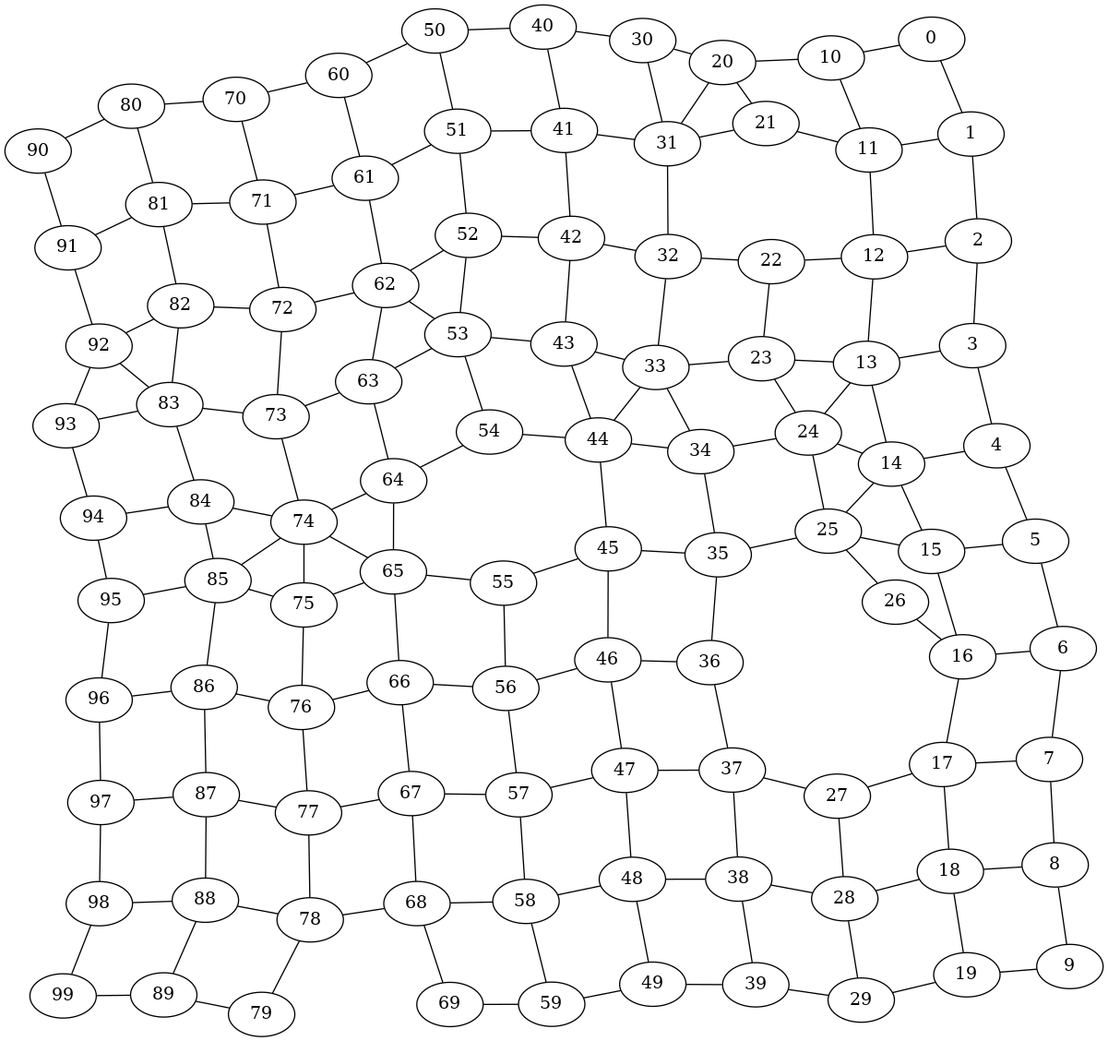
The Graphviz diagram fig/graph.png in lorenzorizzi17/urban_network, before a commit. Its source is kept beside it as fig/graph.dot.
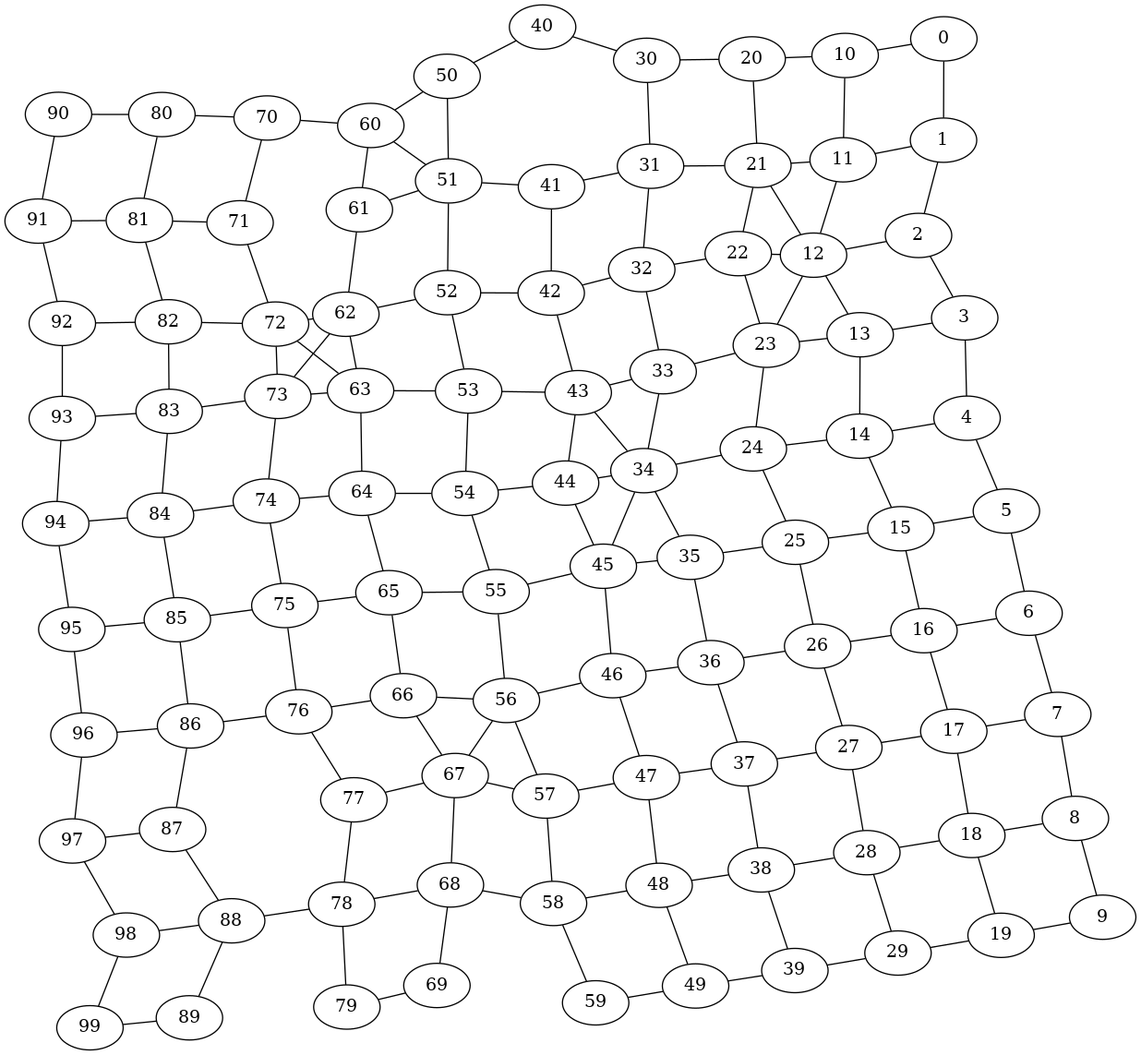
The same file after the commit.

Diff of the diagram source:
```diff
@@ -140,6 +140,7 @@
 20--21 ;
 20--30 ;
 21--31 ;
+21--22 ;
 22--32 ;
 22--23 ;
 23--33 ;
@@ -148,6 +149,8 @@
 24--25 ;
 25--35 ;
 25--26 ;
+26--36 ;
+26--27 ;
 27--37 ;
 27--28 ;
 28--38 ;
@@ -172,7 +175,6 @@
 38--48 ;
 38--39 ;
 39--49 ;
-40--41 ;
 40--50 ;
 41--51 ;
 41--42 ;
@@ -200,6 +202,7 @@
 53--63 ;
 53--54 ;
 54--64 ;
+54--55 ;
 55--65 ;
 55--56 ;
 56--66 ;
@@ -208,10 +211,8 @@
 57--58 ;
 58--68 ;
 58--59 ;
-59--69 ;
 60--61 ;
 60--70 ;
-61--71 ;
 61--62 ;
 62--72 ;
 62--63 ;
@@ -227,6 +228,7 @@
 67--68 ;
 68--78 ;
 68--69 ;
+69--79 ;
 70--71 ;
 70--80 ;
 71--81 ;
@@ -241,11 +243,9 @@
 75--76 ;
 76--86 ;
 76--77 ;
-77--87 ;
 77--78 ;
 78--88 ;
 78--79 ;
-79--89 ;
 80--81 ;
 80--90 ;
 81--91 ;
@@ -274,12 +274,12 @@
 96--97 ;
 97--98 ;
 98--99 ;
-44--33 ;
-74--85 ;
-13--24 ;
-31--20 ;
-74--65 ;
-25--14 ;
-62--53 ;
-83--92 ;
+51--60 ;
+45--34 ;
+23--12 ;
+34--43 ;
+12--21 ;
+62--73 ;
+56--67 ;
+72--63 ;
 }
```
